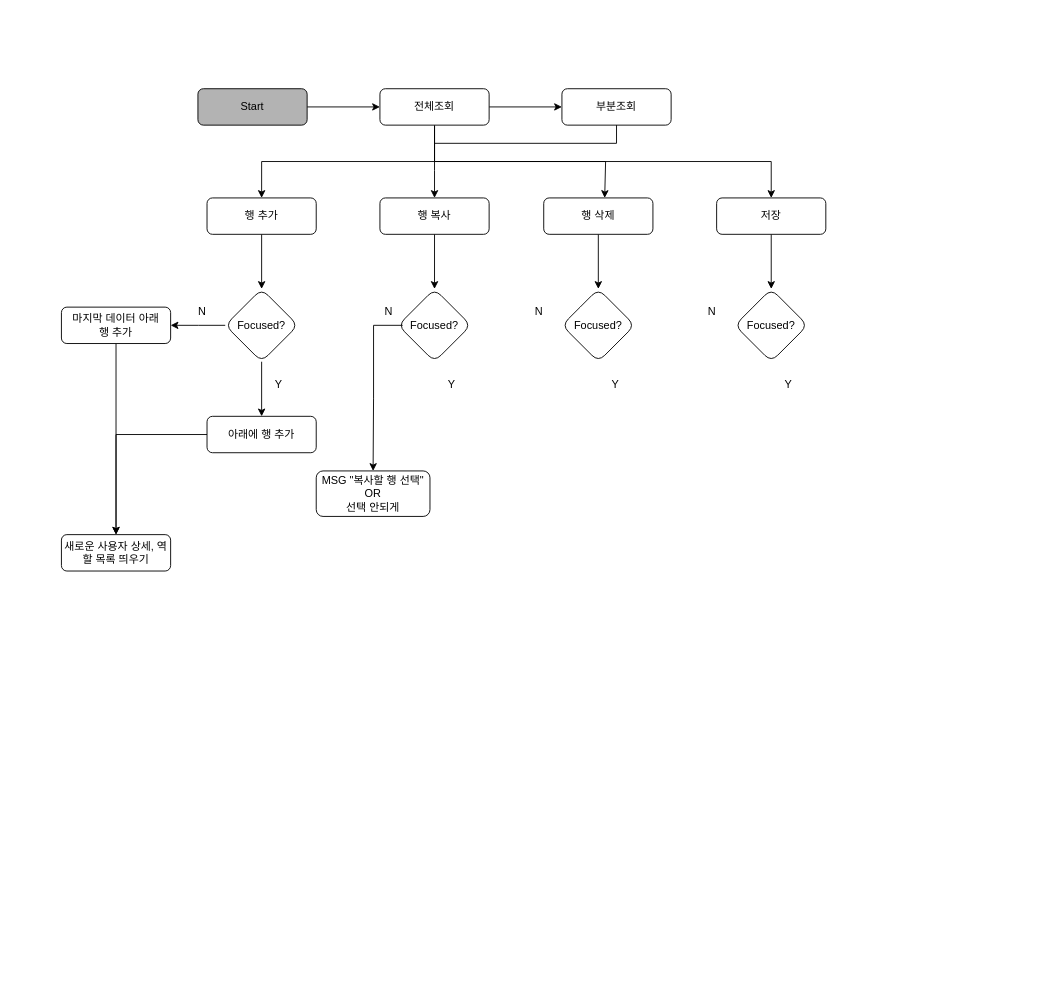
The draw.io diagram page "기본조회부Flow" (1 of 2) of 제목 없는 다이어그램.drawio in Jjjjdh/CCP_mes, before the edit. Source tidied: cells renumbered, new cells numbered last; positions are measured from the earlier drawing's top-left corner, leaving out a move shared by most shapes. Both pictures are drawn from the tidied source at 91%, with x=0, y=0 at pixel (61, 88).
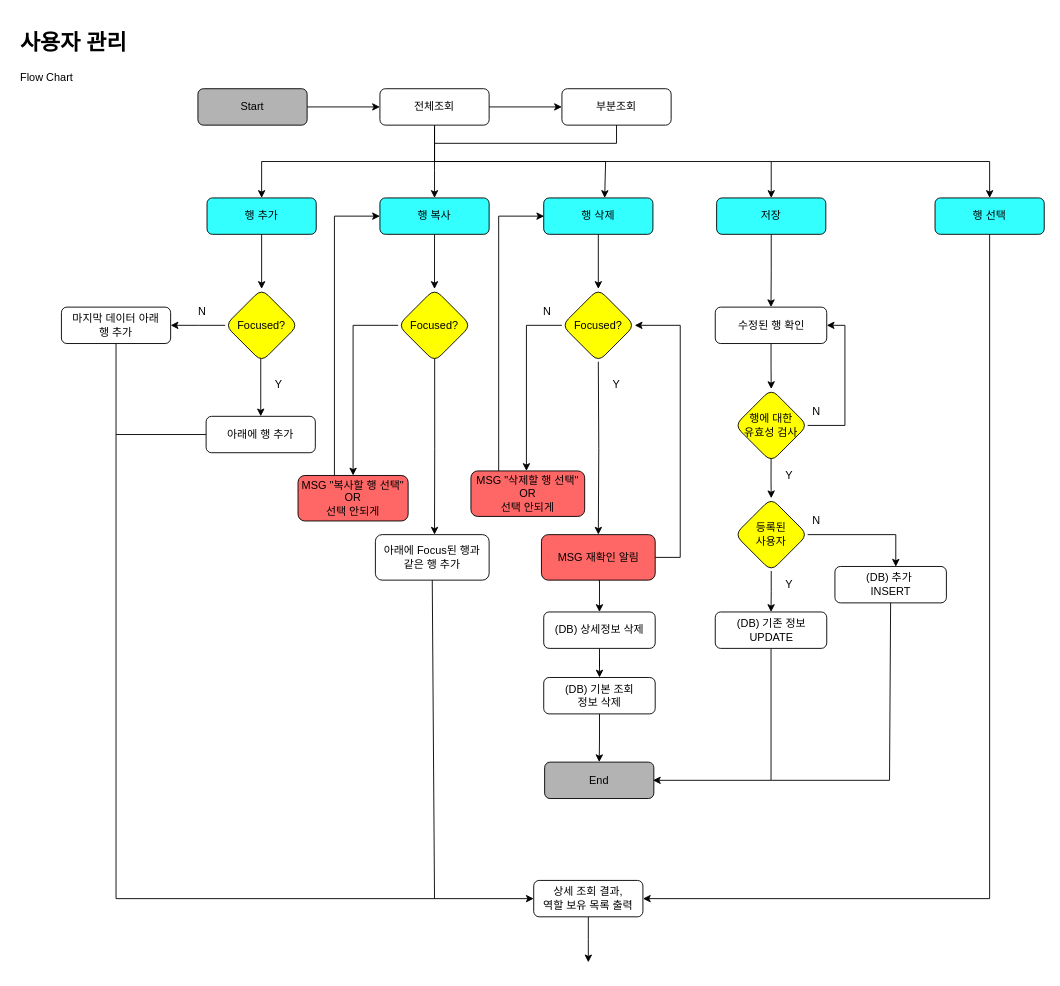
The same page after the edit.

Unchanged cells that the change refers to:
```xml
<mxCell id="23" value="마지막 데이터 아래&lt;br&gt;행 추가" style="rounded=1;whiteSpace=wrap;html=1;fontSize=12;glass=0;strokeWidth=1;shadow=0;" parent="1" vertex="1">
  <mxGeometry y="240" width="120" height="40" as="geometry" />
</mxCell>
```

The edit, as a diff of the source:
```diff
@@
-    <mxCell id="12" value="행 복사" style="rounded=1;whiteSpace=wrap;html=1;fontSize=12;glass=0;strokeWidth=1;shadow=0;" parent="1" vertex="1">
+    <mxCell id="12" value="행 복사" style="rounded=1;whiteSpace=wrap;html=1;fontSize=12;glass=0;strokeWidth=1;shadow=0;fillColor=#33FFFF;" parent="1" vertex="1">
       <mxGeometry x="350" y="120" width="120" height="40" as="geometry" />
     </mxCell>
@@
-    <mxCell id="14" value="행 추가" style="rounded=1;whiteSpace=wrap;html=1;fontSize=12;glass=0;strokeWidth=1;shadow=0;" parent="1" vertex="1">
+    <mxCell id="14" value="행 추가" style="rounded=1;whiteSpace=wrap;html=1;fontSize=12;glass=0;strokeWidth=1;shadow=0;fillColor=#33FFFF;" parent="1" vertex="1">
       <mxGeometry x="160" y="120" width="120" height="40" as="geometry" />
     </mxCell>
@@
-    <mxCell id="16" value="행 삭제" style="rounded=1;whiteSpace=wrap;html=1;fontSize=12;glass=0;strokeWidth=1;shadow=0;" parent="1" vertex="1">
+    <mxCell id="16" value="행 삭제" style="rounded=1;whiteSpace=wrap;html=1;fontSize=12;glass=0;strokeWidth=1;shadow=0;fillColor=#33FFFF;" parent="1" vertex="1">
       <mxGeometry x="530" y="120" width="120" height="40" as="geometry" />
     </mxCell>
-    <mxCell id="17" style="edgeStyle=orthogonalEdgeStyle;rounded=0;jettySize=auto;html=1;entryX=0.5;entryY=0;entryDx=0;entryDy=0;" parent="1" edge="1" source="18" target="36">
+    <mxCell id="17" style="edgeStyle=orthogonalEdgeStyle;rounded=0;jettySize=auto;html=1;entryX=0.5;entryY=0;entryDx=0;entryDy=0;" parent="1" edge="1" source="18" target="63">
       <mxGeometry relative="1" as="geometry" />
     </mxCell>
-    <mxCell id="18" value="저장" style="rounded=1;whiteSpace=wrap;html=1;fontSize=12;glass=0;strokeWidth=1;shadow=0;" parent="1" vertex="1">
+    <mxCell id="18" value="저장" style="rounded=1;whiteSpace=wrap;html=1;fontSize=12;glass=0;strokeWidth=1;shadow=0;fillColor=#33FFFF;" parent="1" vertex="1">
       <mxGeometry x="720" y="120" width="120" height="40" as="geometry" />
     </mxCell>
@@
-    <mxCell id="20" style="edgeStyle=orthogonalEdgeStyle;rounded=0;jettySize=auto;html=1;" parent="1" edge="1" source="21" target="26">
+    <mxCell id="20" style="edgeStyle=orthogonalEdgeStyle;rounded=0;jettySize=auto;html=1;exitX=0.488;exitY=0.954;exitDx=0;exitDy=0;exitPerimeter=0;" parent="1" edge="1" source="21" target="26">
       <mxGeometry relative="1" as="geometry" />
     </mxCell>
-    <mxCell id="21" value="Focused?" style="rhombus;whiteSpace=wrap;html=1;rounded=1;glass=0;strokeWidth=1;shadow=0;" parent="1" vertex="1">
+    <mxCell id="21" value="Focused?" style="rhombus;whiteSpace=wrap;html=1;rounded=1;glass=0;strokeWidth=1;shadow=0;fillColor=#FFFF00;" parent="1" vertex="1">
       <mxGeometry x="180" y="220" width="80" height="80" as="geometry" />
     </mxCell>
-    <mxCell id="22" style="edgeStyle=orthogonalEdgeStyle;rounded=0;jettySize=auto;html=1;entryX=0.5;entryY=0;entryDx=0;entryDy=0;" parent="1" edge="1" source="23" target="28">
-      <mxGeometry relative="1" as="geometry" />
-    </mxCell>
@@
-    <mxCell id="25" style="edgeStyle=orthogonalEdgeStyle;rounded=0;jettySize=auto;html=1;entryX=0.5;entryY=0;entryDx=0;entryDy=0;" parent="1" edge="1" source="26" target="28">
-      <mxGeometry relative="1" as="geometry" />
+    <mxCell id="25" style="edgeStyle=orthogonalEdgeStyle;rounded=0;jettySize=auto;html=1;entryX=0;entryY=0.5;entryDx=0;entryDy=0;" parent="1" edge="1" source="26" target="78">
+      <mxGeometry relative="1" as="geometry">
+        <Array as="points">
+          <mxPoint x="60" y="380" />
+          <mxPoint x="60" y="890" />
+        </Array>
+      </mxGeometry>
     </mxCell>
     <mxCell id="26" value="아래에 행 추가" style="rounded=1;whiteSpace=wrap;html=1;fontSize=12;glass=0;strokeWidth=1;shadow=0;" parent="1" vertex="1">
-      <mxGeometry x="160" y="360" width="120" height="40" as="geometry" />
+      <mxGeometry x="159" y="360" width="120" height="40" as="geometry" />
     </mxCell>
@@
-    <mxCell id="28" value="새로운 사용자 상세, 역할 목록 띄우기" style="rounded=1;whiteSpace=wrap;html=1;fontSize=12;glass=0;strokeWidth=1;shadow=0;" parent="1" vertex="1">
-      <mxGeometry y="490" width="120" height="40" as="geometry" />
-    </mxCell>
+    <mxCell id="42" style="edgeStyle=orthogonalEdgeStyle;rounded=0;jettySize=auto;html=1;exitX=0.502;exitY=0.94;exitDx=0;exitDy=0;exitPerimeter=0;" parent="1" edge="1" source="29">
+      <mxGeometry relative="1" as="geometry">
+        <mxPoint x="410" y="490" as="targetPoint" />
+      </mxGeometry>
+    </mxCell>
+    <mxCell id="43" style="edgeStyle=orthogonalEdgeStyle;rounded=0;jettySize=auto;html=1;entryX=0.5;entryY=0;entryDx=0;entryDy=0;" parent="1" edge="1" source="29" target="39">
+      <mxGeometry relative="1" as="geometry">
+        <Array as="points">
+          <mxPoint x="320" y="260" />
+        </Array>
+      </mxGeometry>
+    </mxCell>
-    <mxCell id="29" value="Focused?" style="rhombus;whiteSpace=wrap;html=1;rounded=1;glass=0;strokeWidth=1;shadow=0;" parent="1" vertex="1">
+    <mxCell id="29" value="Focused?" style="rhombus;whiteSpace=wrap;html=1;rounded=1;glass=0;strokeWidth=1;shadow=0;fillColor=#FFFF00;" parent="1" vertex="1">
       <mxGeometry x="370" y="220" width="80" height="80" as="geometry" />
     </mxCell>
-    <mxCell id="30" style="edgeStyle=orthogonalEdgeStyle;rounded=0;jettySize=auto;html=1;exitX=0.75;exitY=1;exitDx=0;exitDy=0;entryX=0.5;entryY=0;entryDx=0;entryDy=0;" parent="1" edge="1" source="31" target="39">
-      <mxGeometry relative="1" as="geometry">
-        <Array as="points">
-          <mxPoint x="343" y="260" />
-          <mxPoint x="343" y="340" />
-        </Array>
-      </mxGeometry>
-    </mxCell>
-    <mxCell id="31" value="N" style="text;html=1;strokeColor=none;fillColor=none;align=center;verticalAlign=middle;whiteSpace=wrap;rounded=0;" parent="1" vertex="1">
-      <mxGeometry x="330" y="230" width="60" height="30" as="geometry" />
-    </mxCell>
-    <mxCell id="32" value="Y" style="text;html=1;strokeColor=none;fillColor=none;align=center;verticalAlign=middle;whiteSpace=wrap;rounded=0;" parent="1" vertex="1">
-      <mxGeometry x="399" y="310" width="60" height="30" as="geometry" />
-    </mxCell>
-    <mxCell id="33" value="Focused?" style="rhombus;whiteSpace=wrap;html=1;rounded=1;glass=0;strokeWidth=1;shadow=0;" parent="1" vertex="1">
+    <mxCell id="33" value="Focused?" style="rhombus;whiteSpace=wrap;html=1;rounded=1;glass=0;strokeWidth=1;shadow=0;fillColor=#FFFF00;" parent="1" vertex="1">
       <mxGeometry x="550" y="220" width="80" height="80" as="geometry" />
     </mxCell>
+    <mxCell id="44" style="edgeStyle=orthogonalEdgeStyle;rounded=0;jettySize=auto;html=1;" parent="1" edge="1" target="51">
+      <mxGeometry relative="1" as="geometry">
+        <mxPoint x="590" y="300" as="sourcePoint" />
+      </mxGeometry>
+    </mxCell>
     <mxCell id="34" value="N" style="text;html=1;strokeColor=none;fillColor=none;align=center;verticalAlign=middle;whiteSpace=wrap;rounded=0;" parent="1" vertex="1">
-      <mxGeometry x="495" y="230" width="60" height="30" as="geometry" />
+      <mxGeometry x="504" y="230" width="60" height="30" as="geometry" />
     </mxCell>
     <mxCell id="35" value="Y" style="text;html=1;strokeColor=none;fillColor=none;align=center;verticalAlign=middle;whiteSpace=wrap;rounded=0;" parent="1" vertex="1">
-      <mxGeometry x="579" y="310" width="60" height="30" as="geometry" />
+      <mxGeometry x="580" y="310" width="60" height="30" as="geometry" />
     </mxCell>
-    <mxCell id="36" value="Focused?" style="rhombus;whiteSpace=wrap;html=1;rounded=1;glass=0;strokeWidth=1;shadow=0;" parent="1" vertex="1">
-      <mxGeometry x="740" y="220" width="80" height="80" as="geometry" />
-    </mxCell>
-    <mxCell id="37" value="N" style="text;html=1;strokeColor=none;fillColor=none;align=center;verticalAlign=middle;whiteSpace=wrap;rounded=0;" parent="1" vertex="1">
-      <mxGeometry x="685" y="230" width="60" height="30" as="geometry" />
-    </mxCell>
-    <mxCell id="38" value="Y" style="text;html=1;strokeColor=none;fillColor=none;align=center;verticalAlign=middle;whiteSpace=wrap;rounded=0;" parent="1" vertex="1">
-      <mxGeometry x="769" y="310" width="60" height="30" as="geometry" />
-    </mxCell>
+    <mxCell id="45" style="edgeStyle=orthogonalEdgeStyle;rounded=0;jettySize=auto;html=1;entryX=0;entryY=0.5;entryDx=0;entryDy=0;" parent="1" edge="1" source="39" target="12">
+      <mxGeometry relative="1" as="geometry">
+        <Array as="points">
+          <mxPoint x="300" y="140" />
+        </Array>
+      </mxGeometry>
+    </mxCell>
-    <mxCell id="39" value="MSG &quot;복사할 행 선택&quot;&lt;br&gt;OR&lt;br&gt;선택 안되게" style="rounded=1;whiteSpace=wrap;html=1;fontSize=12;glass=0;strokeWidth=1;shadow=0;" parent="1" vertex="1">
-      <mxGeometry x="280" y="420" width="125" height="50" as="geometry" />
+    <mxCell id="39" value="MSG &quot;복사할 행 선택&quot;&lt;br&gt;OR&lt;br&gt;선택 안되게" style="rounded=1;whiteSpace=wrap;html=1;fontSize=12;glass=0;strokeWidth=1;shadow=0;fillColor=#FF6666;" parent="1" vertex="1">
+      <mxGeometry x="260" y="425" width="121" height="50" as="geometry" />
     </mxCell>
@@
+    <mxCell id="46" value="&lt;h1&gt;사용자 관리&lt;/h1&gt;&lt;p&gt;Flow Chart&lt;/p&gt;" style="text;html=1;strokeColor=none;fillColor=none;spacing=5;spacingTop=-20;whiteSpace=wrap;overflow=hidden;rounded=0;" parent="1" vertex="1">
+      <mxGeometry x="-50" y="-70" width="190" height="120" as="geometry" />
+    </mxCell>
+    <mxCell id="47" value="아래에 Focus된 행과&lt;br&gt;같은 행 추가" style="rounded=1;whiteSpace=wrap;html=1;fontSize=12;glass=0;strokeWidth=1;shadow=0;" parent="1" vertex="1">
+      <mxGeometry x="345" y="490" width="125" height="50" as="geometry" />
+    </mxCell>
+    <mxCell id="48" value="MSG &quot;삭제할 행 선택&quot;&lt;br&gt;OR&lt;br&gt;선택 안되게" style="rounded=1;whiteSpace=wrap;html=1;fontSize=12;glass=0;strokeWidth=1;shadow=0;fillColor=#FF6666;" parent="1" vertex="1">
+      <mxGeometry x="450" y="420" width="125" height="50" as="geometry" />
+    </mxCell>
+    <mxCell id="49" style="edgeStyle=orthogonalEdgeStyle;rounded=0;jettySize=auto;html=1;exitX=0.5;exitY=1;exitDx=0;exitDy=0;entryX=0.5;entryY=0;entryDx=0;entryDy=0;" parent="1" edge="1" source="51" target="53">
+      <mxGeometry relative="1" as="geometry" />
+    </mxCell>
+    <mxCell id="50" style="edgeStyle=orthogonalEdgeStyle;rounded=0;jettySize=auto;html=1;entryX=1;entryY=0.5;entryDx=0;entryDy=0;exitX=1;exitY=0.5;exitDx=0;exitDy=0;" parent="1" edge="1" source="51" target="33">
+      <mxGeometry relative="1" as="geometry">
+        <Array as="points">
+          <mxPoint x="680" y="515" />
+          <mxPoint x="680" y="260" />
+        </Array>
+      </mxGeometry>
+    </mxCell>
+    <mxCell id="51" value="MSG 재확인 알림" style="rounded=1;whiteSpace=wrap;html=1;fontSize=12;glass=0;strokeWidth=1;shadow=0;fillColor=#FF6666;" parent="1" vertex="1">
+      <mxGeometry x="527.5" y="490" width="125" height="50" as="geometry" />
+    </mxCell>
+    <mxCell id="52" style="edgeStyle=orthogonalEdgeStyle;rounded=0;jettySize=auto;html=1;" parent="1" edge="1" source="53" target="55">
+      <mxGeometry relative="1" as="geometry" />
+    </mxCell>
+    <mxCell id="53" value="(DB) 상세정보 삭제" style="rounded=1;whiteSpace=wrap;html=1;fontSize=12;glass=0;strokeWidth=1;shadow=0;" parent="1" vertex="1">
+      <mxGeometry x="530" y="575" width="122.5" height="40" as="geometry" />
+    </mxCell>
+    <mxCell id="54" style="edgeStyle=orthogonalEdgeStyle;rounded=0;jettySize=auto;html=1;" parent="1" edge="1" source="55" target="61">
+      <mxGeometry relative="1" as="geometry" />
+    </mxCell>
+    <mxCell id="55" value="(DB) 기본 조회&lt;br&gt;정보 삭제" style="rounded=1;whiteSpace=wrap;html=1;fontSize=12;glass=0;strokeWidth=1;shadow=0;" parent="1" vertex="1">
+      <mxGeometry x="530" y="647" width="122.5" height="40" as="geometry" />
+    </mxCell>
+    <mxCell id="56" style="edgeStyle=orthogonalEdgeStyle;rounded=0;orthogonalLoop=1;jettySize=auto;html=1;entryX=0;entryY=0.5;entryDx=0;entryDy=0;" parent="1" edge="1">
+      <mxGeometry relative="1" as="geometry">
+        <mxPoint x="480.5" y="420" as="sourcePoint" />
+        <mxPoint x="530.5" y="140" as="targetPoint" />
+        <Array as="points">
+          <mxPoint x="480.5" y="140" />
+        </Array>
+      </mxGeometry>
+    </mxCell>
+    <mxCell id="57" style="edgeStyle=orthogonalEdgeStyle;rounded=0;jettySize=auto;html=1;" parent="1" edge="1" source="58" target="78">
+      <mxGeometry relative="1" as="geometry">
+        <Array as="points">
+          <mxPoint x="1020" y="890" />
+        </Array>
+      </mxGeometry>
+    </mxCell>
+    <mxCell id="58" value="행 선택" style="rounded=1;whiteSpace=wrap;html=1;fontSize=12;glass=0;strokeWidth=1;shadow=0;fillColor=#33FFFF;" parent="1" vertex="1">
+      <mxGeometry x="960" y="120" width="120" height="40" as="geometry" />
+    </mxCell>
+    <mxCell id="59" style="endArrow=none;html=1;rounded=0;" parent="1" edge="1">
+      <mxGeometry relative="1" as="geometry">
+        <mxPoint x="780" y="80" as="sourcePoint" />
+        <mxPoint x="1020" y="80" as="targetPoint" />
+      </mxGeometry>
+    </mxCell>
+    <mxCell id="60" style="endArrow=classic;html=1;rounded=0;entryX=0.5;entryY=0;entryDx=0;entryDy=0;" parent="1" edge="1" target="58">
+      <mxGeometry relative="1" as="geometry">
+        <mxPoint x="1020" y="80" as="sourcePoint" />
+      </mxGeometry>
+    </mxCell>
+    <mxCell id="61" value="End" style="rounded=1;whiteSpace=wrap;html=1;fontSize=12;glass=0;strokeWidth=1;shadow=0;fillColor=#B3B3B3;" parent="1" vertex="1">
+      <mxGeometry x="531" y="740" width="120" height="40" as="geometry" />
+    </mxCell>
+    <mxCell id="62" style="edgeStyle=orthogonalEdgeStyle;rounded=0;jettySize=auto;html=1;" parent="1" edge="1" source="63" target="66">
+      <mxGeometry relative="1" as="geometry" />
+    </mxCell>
+    <mxCell id="63" value="수정된 행 확인" style="rounded=1;whiteSpace=wrap;html=1;fontSize=12;glass=0;strokeWidth=1;shadow=0;" parent="1" vertex="1">
+      <mxGeometry x="718.5" y="240" width="122.5" height="40" as="geometry" />
+    </mxCell>
+    <mxCell id="64" style="edgeStyle=orthogonalEdgeStyle;rounded=0;jettySize=auto;html=1;entryX=1;entryY=0.5;entryDx=0;entryDy=0;" parent="1" edge="1" source="66" target="63">
+      <mxGeometry relative="1" as="geometry">
+        <Array as="points">
+          <mxPoint x="861" y="370" />
+          <mxPoint x="861" y="260" />
+        </Array>
+      </mxGeometry>
+    </mxCell>
+    <mxCell id="65" style="edgeStyle=orthogonalEdgeStyle;rounded=0;jettySize=auto;html=1;exitX=0.498;exitY=0.946;exitDx=0;exitDy=0;exitPerimeter=0;" parent="1" edge="1" source="66">
+      <mxGeometry relative="1" as="geometry">
+        <mxPoint x="780" y="450" as="targetPoint" />
+      </mxGeometry>
+    </mxCell>
+    <mxCell id="66" value="행에 대한&lt;br style=&quot;border-color: var(--border-color);&quot;&gt;유효성 검사" style="rhombus;whiteSpace=wrap;html=1;rounded=1;glass=0;strokeWidth=1;shadow=0;fillColor=#FFFF00;" parent="1" vertex="1">
+      <mxGeometry x="740" y="330" width="80" height="80" as="geometry" />
+    </mxCell>
+    <mxCell id="67" value="N" style="text;html=1;strokeColor=none;fillColor=none;align=center;verticalAlign=middle;whiteSpace=wrap;rounded=0;" parent="1" vertex="1">
+      <mxGeometry x="800" y="340" width="60" height="30" as="geometry" />
+    </mxCell>
+    <mxCell id="68" value="Y" style="text;html=1;strokeColor=none;fillColor=none;align=center;verticalAlign=middle;whiteSpace=wrap;rounded=0;" parent="1" vertex="1">
+      <mxGeometry x="770" y="410" width="60" height="30" as="geometry" />
+    </mxCell>
+    <mxCell id="69" style="edgeStyle=orthogonalEdgeStyle;rounded=0;jettySize=auto;html=1;" parent="1" edge="1" source="71" target="74">
+      <mxGeometry relative="1" as="geometry" />
+    </mxCell>
+    <mxCell id="70" style="edgeStyle=orthogonalEdgeStyle;rounded=0;jettySize=auto;html=1;entryX=0.546;entryY=0.005;entryDx=0;entryDy=0;entryPerimeter=0;" parent="1" edge="1" source="71" target="75">
+      <mxGeometry relative="1" as="geometry" />
+    </mxCell>
+    <mxCell id="71" value="등록된&lt;br&gt;사용자" style="rhombus;whiteSpace=wrap;html=1;rounded=1;glass=0;strokeWidth=1;shadow=0;fillColor=#FFFF00;" parent="1" vertex="1">
+      <mxGeometry x="740" y="450" width="80" height="80" as="geometry" />
+    </mxCell>
+    <mxCell id="72" value="Y" style="text;html=1;strokeColor=none;fillColor=none;align=center;verticalAlign=middle;whiteSpace=wrap;rounded=0;" parent="1" vertex="1">
+      <mxGeometry x="770" y="530" width="60" height="30" as="geometry" />
+    </mxCell>
+    <mxCell id="73" style="edgeStyle=orthogonalEdgeStyle;rounded=0;jettySize=auto;html=1;" parent="1" edge="1" source="74">
+      <mxGeometry relative="1" as="geometry">
+        <mxPoint x="650" y="760" as="targetPoint" />
+        <Array as="points">
+          <mxPoint x="780" y="760" />
+        </Array>
+      </mxGeometry>
+    </mxCell>
+    <mxCell id="74" value="(DB) 기존 정보 UPDATE" style="rounded=1;whiteSpace=wrap;html=1;fontSize=12;glass=0;strokeWidth=1;shadow=0;" parent="1" vertex="1">
+      <mxGeometry x="718.5" y="575" width="122.5" height="40" as="geometry" />
+    </mxCell>
+    <mxCell id="75" value="(DB) 추가&amp;nbsp;&lt;br&gt;INSERT" style="rounded=1;whiteSpace=wrap;html=1;fontSize=12;glass=0;strokeWidth=1;shadow=0;" parent="1" vertex="1">
+      <mxGeometry x="850" y="525" width="122.5" height="40" as="geometry" />
+    </mxCell>
+    <mxCell id="76" value="N" style="text;html=1;strokeColor=none;fillColor=none;align=center;verticalAlign=middle;whiteSpace=wrap;rounded=0;" parent="1" vertex="1">
+      <mxGeometry x="800" y="460" width="60" height="30" as="geometry" />
+    </mxCell>
+    <mxCell id="77" style="edgeStyle=orthogonalEdgeStyle;rounded=0;jettySize=auto;html=1;" parent="1" edge="1" source="78">
+      <mxGeometry relative="1" as="geometry">
+        <mxPoint x="579" y="960" as="targetPoint" />
+      </mxGeometry>
+    </mxCell>
+    <mxCell id="78" value="상세 조회 결과,&lt;br&gt;역할 보유 목록 출력" style="rounded=1;whiteSpace=wrap;html=1;fontSize=12;glass=0;strokeWidth=1;shadow=0;" parent="1" vertex="1">
+      <mxGeometry x="519" y="870" width="120" height="40" as="geometry" />
+    </mxCell>
+    <mxCell id="79" style="endArrow=none;html=1;rounded=0;entryX=0.5;entryY=1;entryDx=0;entryDy=0;" parent="1" edge="1" target="23">
+      <mxGeometry relative="1" as="geometry">
+        <mxPoint x="60" y="380" as="sourcePoint" />
+      </mxGeometry>
+    </mxCell>
+    <mxCell id="80" style="endArrow=none;html=1;rounded=0;entryX=0.5;entryY=1;entryDx=0;entryDy=0;" parent="1" edge="1" target="47">
+      <mxGeometry relative="1" as="geometry">
+        <mxPoint x="410" y="890" as="sourcePoint" />
+      </mxGeometry>
+    </mxCell>
+    <mxCell id="81" style="endArrow=none;html=1;rounded=0;exitX=0.5;exitY=1;exitDx=0;exitDy=0;" parent="1" edge="1">
+      <mxGeometry relative="1" as="geometry">
+        <mxPoint x="911.2" y="565" as="sourcePoint" />
+        <mxPoint x="910" y="760" as="targetPoint" />
+      </mxGeometry>
+    </mxCell>
+    <mxCell id="82" style="endArrow=none;html=1;rounded=0;" parent="1" edge="1">
+      <mxGeometry relative="1" as="geometry">
+        <mxPoint x="780" y="760" as="sourcePoint" />
+        <mxPoint x="910" y="760" as="targetPoint" />
+      </mxGeometry>
+    </mxCell>
+    <mxCell id="83" style="edgeStyle=orthogonalEdgeStyle;rounded=0;jettySize=auto;html=1;" parent="1" edge="1" source="33">
+      <mxGeometry relative="1" as="geometry">
+        <mxPoint x="511" y="420" as="targetPoint" />
+        <Array as="points">
+          <mxPoint x="511" y="260" />
+        </Array>
+      </mxGeometry>
+    </mxCell>
```
